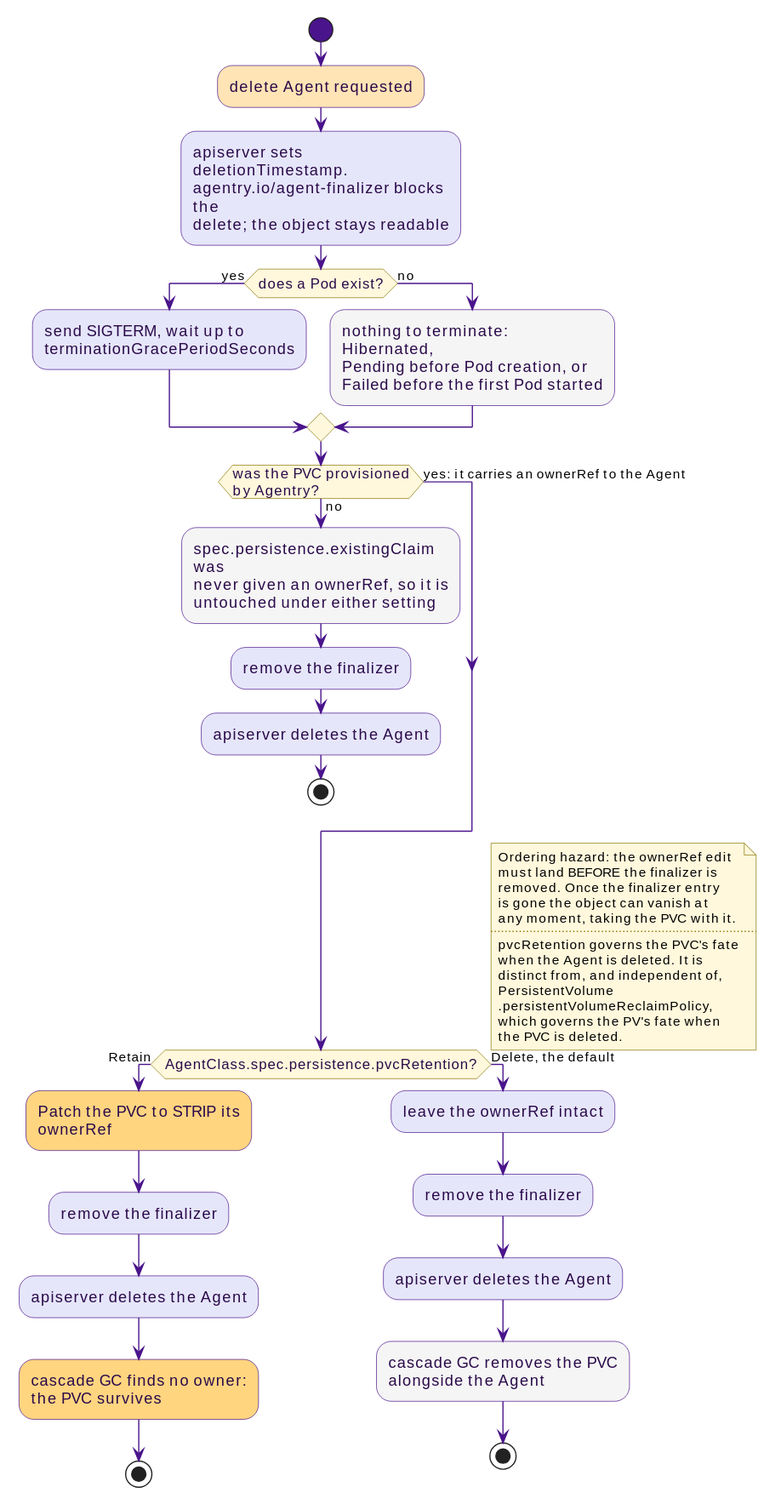
Earlier version of the PlantUML export docs/src/diagrams/agent-finalizer-pvc.svg (win07xp/kaalm).
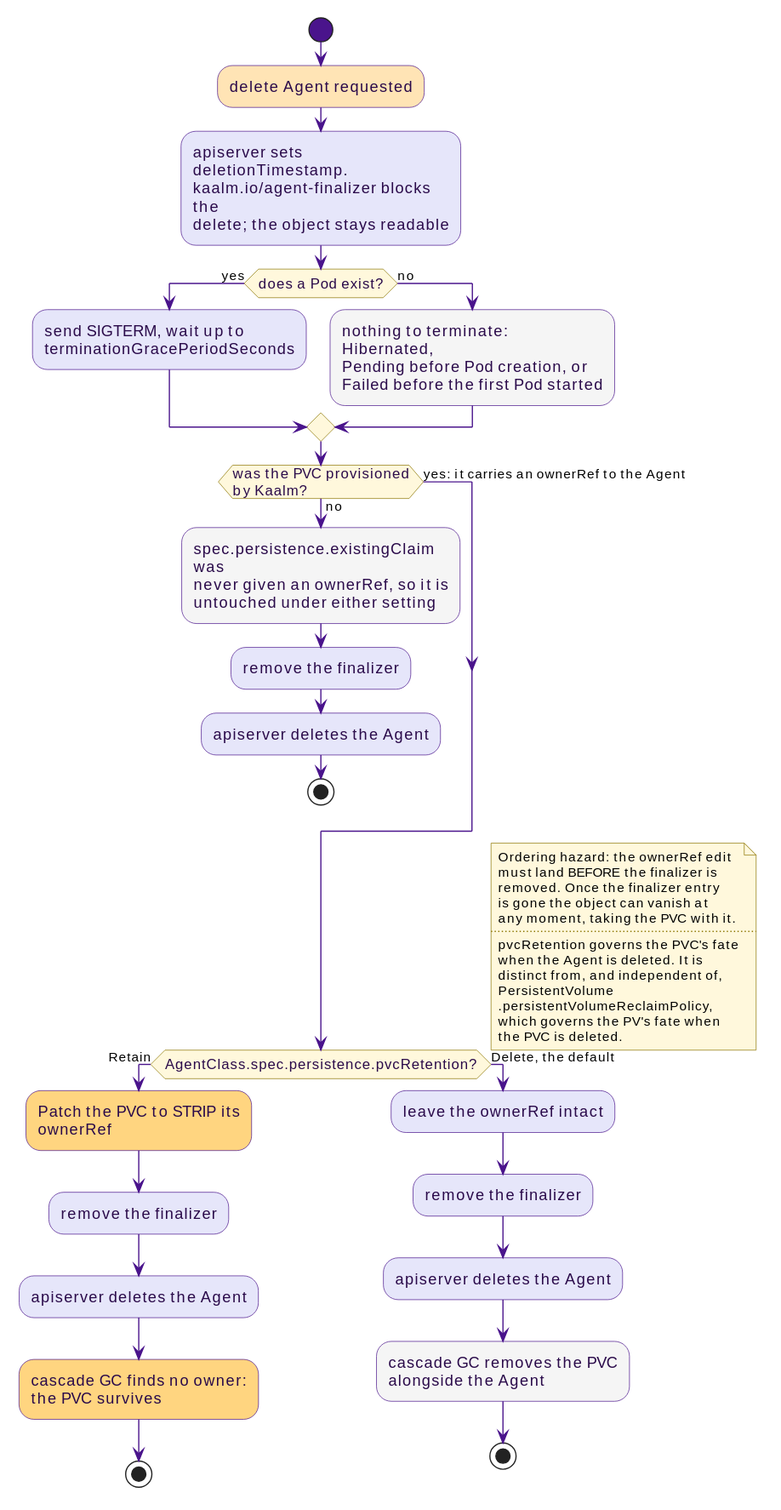
The same diagram one commit later.

What changed in the source:
```diff
@@ -4,7 +4,7 @@
 start
 :delete Agent requested;<<$extBg>>
 :apiserver sets deletionTimestamp.
-agentry.io/agent-finalizer blocks the
+kaalm.io/agent-finalizer blocks the
 delete; the object stays readable;
 
 if (does a Pod exist?) then (yes)
@@ -15,7 +15,7 @@
   Failed before the first Pod started;<<$mutedBg>>
 endif
 
-if (was the PVC provisioned\nby Agentry?) then (no)
+if (was the PVC provisioned\nby Kaalm?) then (no)
   :spec.persistence.existingClaim was
   never given an ownerRef, so it is
   untouched under either setting;<<$mutedBg>>
```
